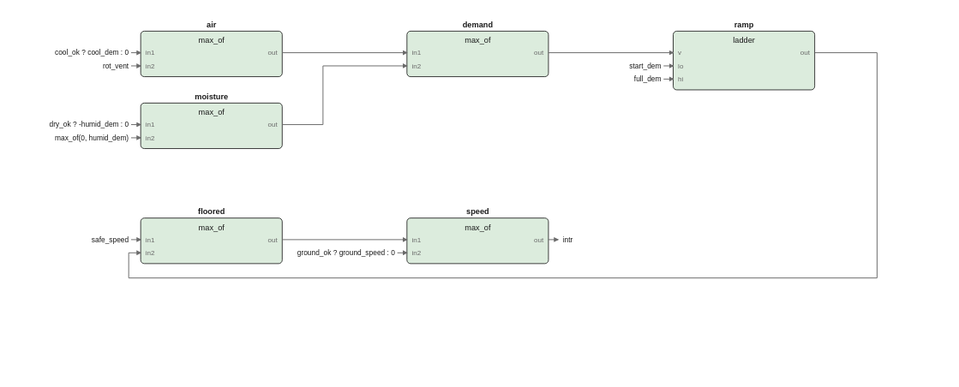
The draw.io diagram images/logic/intractors_fbd.drawio.svg in pstch/botanik2, before a commit. Source tidied: cells renumbered, new cells last; positions are measured from the earlier drawing's top-left corner, leaving out a move shared by most shapes.
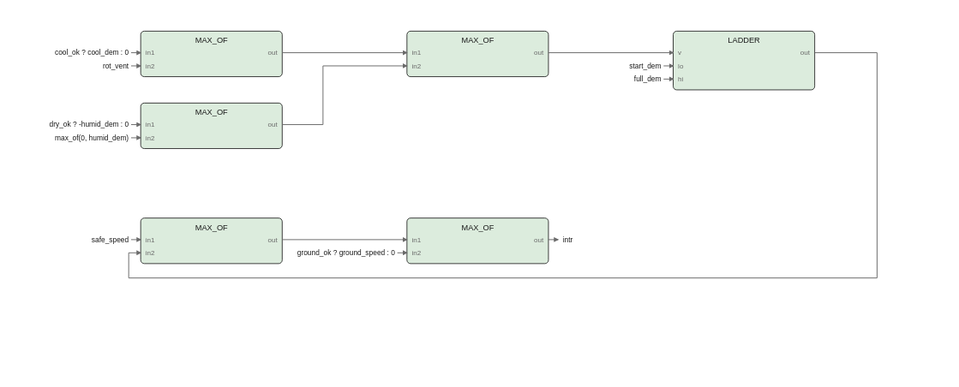
After the commit.

The edit, as a diff of the source:
```diff
@@ -5,232 +5,214 @@
     <mxCell id="2" style="rounded=1;fillColor=#dcecdd;strokeColor=#1a1a1a;whiteSpace=wrap;html=1;fontSize=8;" parent="1" vertex="1">
       <mxGeometry x="10" y="10" width="118" height="38" as="geometry" />
     </mxCell>
-    <mxCell id="3" value="air" style="text;html=1;fontSize=6;fontColor=#1a1a1a;align=center;fontStyle=1;" parent="1" vertex="1">
-      <mxGeometry x="69" y="0.4" width="40" height="10.6" as="geometry" />
+    <mxCell id="3" value="MAX_OF" style="text;html=1;fontSize=6;fontColor=#1a1a1a;align=center;" parent="1" vertex="1">
+      <mxGeometry x="69" y="13.4" width="40" height="10.6" as="geometry" />
     </mxCell>
-    <mxCell id="4" value="max_of" style="text;html=1;fontSize=6;fontColor=#1a1a1a;align=center;" parent="1" vertex="1">
-      <mxGeometry x="69" y="13.4" width="40" height="10.6" as="geometry" />
+    <mxCell id="4" value="in1" style="text;html=1;fontSize=5;fontColor=#6b6b6b;align=left;" parent="1" vertex="1">
+      <mxGeometry x="14" y="24.2" width="40" height="9.8" as="geometry" />
     </mxCell>
-    <mxCell id="5" value="in1" style="text;html=1;fontSize=5;fontColor=#6b6b6b;align=left;" parent="1" vertex="1">
-      <mxGeometry x="14" y="24.2" width="40" height="9.8" as="geometry" />
+    <mxCell id="5" value="in2" style="text;html=1;fontSize=5;fontColor=#6b6b6b;align=left;" parent="1" vertex="1">
+      <mxGeometry x="14" y="35.2" width="40" height="9.8" as="geometry" />
     </mxCell>
-    <mxCell id="6" value="in2" style="text;html=1;fontSize=5;fontColor=#6b6b6b;align=left;" parent="1" vertex="1">
-      <mxGeometry x="14" y="35.2" width="40" height="9.8" as="geometry" />
+    <mxCell id="6" value="out" style="text;html=1;fontSize=5;fontColor=#6b6b6b;align=left;" parent="1" vertex="1">
+      <mxGeometry x="124" y="24.2" width="40" height="9.8" as="geometry" />
     </mxCell>
-    <mxCell id="7" value="out" style="text;html=1;fontSize=5;fontColor=#6b6b6b;align=left;" parent="1" vertex="1">
-      <mxGeometry x="124" y="24.2" width="40" height="9.8" as="geometry" />
+    <mxCell id="7" style="rounded=1;fillColor=#dcecdd;strokeColor=#1a1a1a;whiteSpace=wrap;html=1;fontSize=8;" parent="1" vertex="1">
+      <mxGeometry x="10" y="70" width="118" height="38" as="geometry" />
     </mxCell>
-    <mxCell id="8" style="rounded=1;fillColor=#dcecdd;strokeColor=#1a1a1a;whiteSpace=wrap;html=1;fontSize=8;" parent="1" vertex="1">
-      <mxGeometry x="10" y="70" width="118" height="38" as="geometry" />
+    <mxCell id="8" value="MAX_OF" style="text;html=1;fontSize=6;fontColor=#1a1a1a;align=center;" parent="1" vertex="1">
+      <mxGeometry x="69" y="73.4" width="40" height="10.6" as="geometry" />
     </mxCell>
-    <mxCell id="9" value="moisture" style="text;html=1;fontSize=6;fontColor=#1a1a1a;align=center;fontStyle=1;" parent="1" vertex="1">
-      <mxGeometry x="69" y="60.4" width="40" height="10.6" as="geometry" />
+    <mxCell id="9" value="in1" style="text;html=1;fontSize=5;fontColor=#6b6b6b;align=left;" parent="1" vertex="1">
+      <mxGeometry x="14" y="84.2" width="40" height="9.8" as="geometry" />
     </mxCell>
-    <mxCell id="10" value="max_of" style="text;html=1;fontSize=6;fontColor=#1a1a1a;align=center;" parent="1" vertex="1">
-      <mxGeometry x="69" y="73.4" width="40" height="10.6" as="geometry" />
+    <mxCell id="10" value="in2" style="text;html=1;fontSize=5;fontColor=#6b6b6b;align=left;" parent="1" vertex="1">
+      <mxGeometry x="14" y="95.2" width="40" height="9.8" as="geometry" />
     </mxCell>
-    <mxCell id="11" value="in1" style="text;html=1;fontSize=5;fontColor=#6b6b6b;align=left;" parent="1" vertex="1">
-      <mxGeometry x="14" y="84.2" width="40" height="9.8" as="geometry" />
+    <mxCell id="11" value="out" style="text;html=1;fontSize=5;fontColor=#6b6b6b;align=left;" parent="1" vertex="1">
+      <mxGeometry x="124" y="84.2" width="40" height="9.8" as="geometry" />
     </mxCell>
-    <mxCell id="12" value="in2" style="text;html=1;fontSize=5;fontColor=#6b6b6b;align=left;" parent="1" vertex="1">
-      <mxGeometry x="14" y="95.2" width="40" height="9.8" as="geometry" />
+    <mxCell id="12" style="rounded=1;fillColor=#dcecdd;strokeColor=#1a1a1a;whiteSpace=wrap;html=1;fontSize=8;" parent="1" vertex="1">
+      <mxGeometry x="232" y="10" width="118" height="38" as="geometry" />
     </mxCell>
-    <mxCell id="13" value="out" style="text;html=1;fontSize=5;fontColor=#6b6b6b;align=left;" parent="1" vertex="1">
-      <mxGeometry x="124" y="84.2" width="40" height="9.8" as="geometry" />
+    <mxCell id="13" value="MAX_OF" style="text;html=1;fontSize=6;fontColor=#1a1a1a;align=center;" parent="1" vertex="1">
+      <mxGeometry x="291" y="13.4" width="40" height="10.6" as="geometry" />
     </mxCell>
-    <mxCell id="14" style="rounded=1;fillColor=#dcecdd;strokeColor=#1a1a1a;whiteSpace=wrap;html=1;fontSize=8;" parent="1" vertex="1">
-      <mxGeometry x="232" y="10" width="118" height="38" as="geometry" />
+    <mxCell id="14" value="in1" style="text;html=1;fontSize=5;fontColor=#6b6b6b;align=left;" parent="1" vertex="1">
+      <mxGeometry x="236" y="24.2" width="40" height="9.8" as="geometry" />
     </mxCell>
-    <mxCell id="15" value="demand" style="text;html=1;fontSize=6;fontColor=#1a1a1a;align=center;fontStyle=1;" parent="1" vertex="1">
-      <mxGeometry x="291" y="0.4" width="40" height="10.6" as="geometry" />
+    <mxCell id="15" value="in2" style="text;html=1;fontSize=5;fontColor=#6b6b6b;align=left;" parent="1" vertex="1">
+      <mxGeometry x="236" y="35.2" width="40" height="9.8" as="geometry" />
     </mxCell>
-    <mxCell id="16" value="max_of" style="text;html=1;fontSize=6;fontColor=#1a1a1a;align=center;" parent="1" vertex="1">
-      <mxGeometry x="291" y="13.4" width="40" height="10.6" as="geometry" />
+    <mxCell id="16" value="out" style="text;html=1;fontSize=5;fontColor=#6b6b6b;align=left;" parent="1" vertex="1">
+      <mxGeometry x="346" y="24.2" width="40" height="9.8" as="geometry" />
     </mxCell>
-    <mxCell id="17" value="in1" style="text;html=1;fontSize=5;fontColor=#6b6b6b;align=left;" parent="1" vertex="1">
-      <mxGeometry x="236" y="24.2" width="40" height="9.8" as="geometry" />
+    <mxCell id="17" style="rounded=1;fillColor=#dcecdd;strokeColor=#1a1a1a;whiteSpace=wrap;html=1;fontSize=8;" parent="1" vertex="1">
+      <mxGeometry x="454" y="10" width="118" height="49" as="geometry" />
     </mxCell>
-    <mxCell id="18" value="in2" style="text;html=1;fontSize=5;fontColor=#6b6b6b;align=left;" parent="1" vertex="1">
-      <mxGeometry x="236" y="35.2" width="40" height="9.8" as="geometry" />
+    <mxCell id="18" value="LADDER" style="text;html=1;fontSize=6;fontColor=#1a1a1a;align=center;" parent="1" vertex="1">
+      <mxGeometry x="513" y="13.4" width="40" height="10.6" as="geometry" />
     </mxCell>
-    <mxCell id="19" value="out" style="text;html=1;fontSize=5;fontColor=#6b6b6b;align=left;" parent="1" vertex="1">
-      <mxGeometry x="346" y="24.2" width="40" height="9.8" as="geometry" />
+    <mxCell id="19" value="v" style="text;html=1;fontSize=5;fontColor=#6b6b6b;align=left;" parent="1" vertex="1">
+      <mxGeometry x="458" y="24.2" width="40" height="9.8" as="geometry" />
     </mxCell>
-    <mxCell id="20" style="rounded=1;fillColor=#dcecdd;strokeColor=#1a1a1a;whiteSpace=wrap;html=1;fontSize=8;" parent="1" vertex="1">
-      <mxGeometry x="454" y="10" width="118" height="49" as="geometry" />
+    <mxCell id="20" value="lo" style="text;html=1;fontSize=5;fontColor=#6b6b6b;align=left;" parent="1" vertex="1">
+      <mxGeometry x="458" y="35.2" width="40" height="9.8" as="geometry" />
     </mxCell>
-    <mxCell id="21" value="ramp" style="text;html=1;fontSize=6;fontColor=#1a1a1a;align=center;fontStyle=1;" parent="1" vertex="1">
-      <mxGeometry x="513" y="0.4" width="40" height="10.6" as="geometry" />
+    <mxCell id="21" value="hi" style="text;html=1;fontSize=5;fontColor=#6b6b6b;align=left;" parent="1" vertex="1">
+      <mxGeometry x="458" y="46.2" width="40" height="9.8" as="geometry" />
     </mxCell>
-    <mxCell id="22" value="ladder" style="text;html=1;fontSize=6;fontColor=#1a1a1a;align=center;" parent="1" vertex="1">
-      <mxGeometry x="513" y="13.4" width="40" height="10.6" as="geometry" />
+    <mxCell id="22" value="out" style="text;html=1;fontSize=5;fontColor=#6b6b6b;align=left;" parent="1" vertex="1">
+      <mxGeometry x="568" y="24.2" width="40" height="9.8" as="geometry" />
     </mxCell>
-    <mxCell id="23" value="v" style="text;html=1;fontSize=5;fontColor=#6b6b6b;align=left;" parent="1" vertex="1">
-      <mxGeometry x="458" y="24.2" width="40" height="9.8" as="geometry" />
+    <mxCell id="23" style="rounded=1;fillColor=#dcecdd;strokeColor=#1a1a1a;whiteSpace=wrap;html=1;fontSize=8;" parent="1" vertex="1">
+      <mxGeometry x="10" y="166" width="118" height="38" as="geometry" />
     </mxCell>
-    <mxCell id="24" value="lo" style="text;html=1;fontSize=5;fontColor=#6b6b6b;align=left;" parent="1" vertex="1">
-      <mxGeometry x="458" y="35.2" width="40" height="9.8" as="geometry" />
+    <mxCell id="24" value="MAX_OF" style="text;html=1;fontSize=6;fontColor=#1a1a1a;align=center;" parent="1" vertex="1">
+      <mxGeometry x="69" y="169.4" width="40" height="10.6" as="geometry" />
     </mxCell>
-    <mxCell id="25" value="hi" style="text;html=1;fontSize=5;fontColor=#6b6b6b;align=left;" parent="1" vertex="1">
-      <mxGeometry x="458" y="46.2" width="40" height="9.8" as="geometry" />
+    <mxCell id="25" value="in1" style="text;html=1;fontSize=5;fontColor=#6b6b6b;align=left;" parent="1" vertex="1">
+      <mxGeometry x="14" y="180.2" width="40" height="9.8" as="geometry" />
     </mxCell>
-    <mxCell id="26" value="out" style="text;html=1;fontSize=5;fontColor=#6b6b6b;align=left;" parent="1" vertex="1">
-      <mxGeometry x="568" y="24.2" width="40" height="9.8" as="geometry" />
+    <mxCell id="26" value="in2" style="text;html=1;fontSize=5;fontColor=#6b6b6b;align=left;" parent="1" vertex="1">
+      <mxGeometry x="14" y="191.2" width="40" height="9.8" as="geometry" />
     </mxCell>
-    <mxCell id="27" style="rounded=1;fillColor=#dcecdd;strokeColor=#1a1a1a;whiteSpace=wrap;html=1;fontSize=8;" parent="1" vertex="1">
-      <mxGeometry x="10" y="166" width="118" height="38" as="geometry" />
+    <mxCell id="27" value="out" style="text;html=1;fontSize=5;fontColor=#6b6b6b;align=left;" parent="1" vertex="1">
+      <mxGeometry x="124" y="180.2" width="40" height="9.8" as="geometry" />
     </mxCell>
-    <mxCell id="28" value="floored" style="text;html=1;fontSize=6;fontColor=#1a1a1a;align=center;fontStyle=1;" parent="1" vertex="1">
-      <mxGeometry x="69" y="156.4" width="40" height="10.6" as="geometry" />
+    <mxCell id="28" style="rounded=1;fillColor=#dcecdd;strokeColor=#1a1a1a;whiteSpace=wrap;html=1;fontSize=8;" parent="1" vertex="1">
+      <mxGeometry x="232" y="166" width="118" height="38" as="geometry" />
     </mxCell>
-    <mxCell id="29" value="max_of" style="text;html=1;fontSize=6;fontColor=#1a1a1a;align=center;" parent="1" vertex="1">
-      <mxGeometry x="69" y="169.4" width="40" height="10.6" as="geometry" />
+    <mxCell id="29" value="MAX_OF" style="text;html=1;fontSize=6;fontColor=#1a1a1a;align=center;" parent="1" vertex="1">
+      <mxGeometry x="291" y="169.4" width="40" height="10.6" as="geometry" />
     </mxCell>
     <mxCell id="30" value="in1" style="text;html=1;fontSize=5;fontColor=#6b6b6b;align=left;" parent="1" vertex="1">
-      <mxGeometry x="14" y="180.2" width="40" height="9.8" as="geometry" />
+      <mxGeometry x="236" y="180.2" width="40" height="9.8" as="geometry" />
     </mxCell>
     <mxCell id="31" value="in2" style="text;html=1;fontSize=5;fontColor=#6b6b6b;align=left;" parent="1" vertex="1">
-      <mxGeometry x="14" y="191.2" width="40" height="9.8" as="geometry" />
+      <mxGeometry x="236" y="191.2" width="40" height="9.8" as="geometry" />
     </mxCell>
     <mxCell id="32" value="out" style="text;html=1;fontSize=5;fontColor=#6b6b6b;align=left;" parent="1" vertex="1">
-      <mxGeometry x="124" y="180.2" width="40" height="9.8" as="geometry" />
+      <mxGeometry x="346" y="180.2" width="40" height="9.8" as="geometry" />
     </mxCell>
-    <mxCell id="33" style="rounded=1;fillColor=#dcecdd;strokeColor=#1a1a1a;whiteSpace=wrap;html=1;fontSize=8;" parent="1" vertex="1">
-      <mxGeometry x="232" y="166" width="118" height="38" as="geometry" />
-    </mxCell>
-    <mxCell id="34" value="speed" style="text;html=1;fontSize=6;fontColor=#1a1a1a;align=center;fontStyle=1;" parent="1" vertex="1">
-      <mxGeometry x="291" y="156.4" width="40" height="10.6" as="geometry" />
-    </mxCell>
-    <mxCell id="35" value="max_of" style="text;html=1;fontSize=6;fontColor=#1a1a1a;align=center;" parent="1" vertex="1">
-      <mxGeometry x="291" y="169.4" width="40" height="10.6" as="geometry" />
-    </mxCell>
-    <mxCell id="36" value="in1" style="text;html=1;fontSize=5;fontColor=#6b6b6b;align=left;" parent="1" vertex="1">
-      <mxGeometry x="236" y="180.2" width="40" height="9.8" as="geometry" />
-    </mxCell>
-    <mxCell id="37" value="in2" style="text;html=1;fontSize=5;fontColor=#6b6b6b;align=left;" parent="1" vertex="1">
-      <mxGeometry x="236" y="191.2" width="40" height="9.8" as="geometry" />
-    </mxCell>
+    <mxCell id="62" style="edgeStyle=none;html=1;strokeColor=#6b6b6b;endArrow=block;" parent="1" edge="1">
+      <mxGeometry relative="1" as="geometry">
+        <mxPoint x="128" y="28" as="sourcePoint" />
+        <mxPoint x="232" y="28" as="targetPoint" />
+      </mxGeometry>
+    </mxCell>
+    <mxCell id="63" style="edgeStyle=none;html=1;strokeColor=#6b6b6b;endArrow=block;" parent="1" edge="1">
+      <mxGeometry relative="1" as="geometry">
+        <mxPoint x="128" y="88" as="sourcePoint" />
+        <mxPoint x="232" y="39" as="targetPoint" />
+        <Array as="points">
+          <mxPoint x="162" y="88" />
+          <mxPoint x="162" y="39" />
+        </Array>
+      </mxGeometry>
+    </mxCell>
+    <mxCell id="64" style="edgeStyle=none;html=1;strokeColor=#6b6b6b;endArrow=block;" parent="1" edge="1">
+      <mxGeometry relative="1" as="geometry">
+        <mxPoint x="350" y="28" as="sourcePoint" />
+        <mxPoint x="454" y="28" as="targetPoint" />
+      </mxGeometry>
+    </mxCell>
+    <mxCell id="65" style="edgeStyle=none;html=1;strokeColor=#6b6b6b;endArrow=block;" parent="1" edge="1">
+      <mxGeometry relative="1" as="geometry">
+        <mxPoint x="572" y="28" as="sourcePoint" />
+        <mxPoint x="10" y="195" as="targetPoint" />
+        <Array as="points">
+          <mxPoint x="624" y="28" />
+          <mxPoint x="624" y="216" />
+          <mxPoint y="216" />
+          <mxPoint y="195" />
+        </Array>
+      </mxGeometry>
+    </mxCell>
+    <mxCell id="66" style="edgeStyle=none;html=1;strokeColor=#6b6b6b;endArrow=block;" parent="1" edge="1">
+      <mxGeometry relative="1" as="geometry">
+        <mxPoint x="128" y="184" as="sourcePoint" />
+        <mxPoint x="232" y="184" as="targetPoint" />
+      </mxGeometry>
+    </mxCell>
-    <mxCell id="38" value="out" style="text;html=1;fontSize=5;fontColor=#6b6b6b;align=left;" parent="1" vertex="1">
-      <mxGeometry x="346" y="180.2" width="40" height="9.8" as="geometry" />
+    <mxCell id="38" value="cool_ok ? cool_dem : 0" style="text;html=1;fontSize=6;fontColor=#1a1a1a;align=left;" parent="1" vertex="1">
+      <mxGeometry y="24" width="110" height="10" as="geometry" />
     </mxCell>
     <mxCell id="39" style="edgeStyle=none;html=1;strokeColor=#6b6b6b;endArrow=block;" parent="1" edge="1">
       <mxGeometry relative="1" as="geometry">
-        <mxPoint x="128" y="28" as="sourcePoint" />
-        <mxPoint x="232" y="28" as="targetPoint" />
+        <mxPoint x="2" y="28" as="sourcePoint" />
+        <mxPoint x="10" y="28" as="targetPoint" />
       </mxGeometry>
     </mxCell>
-    <mxCell id="40" style="edgeStyle=none;html=1;strokeColor=#6b6b6b;endArrow=block;" parent="1" edge="1">
-      <mxGeometry relative="1" as="geometry">
-        <mxPoint x="128" y="88" as="sourcePoint" />
-        <mxPoint x="232" y="39" as="targetPoint" />
-        <Array as="points">
-          <mxPoint x="162" y="88" />
-          <mxPoint x="162" y="39" />
-        </Array>
-      </mxGeometry>
-    </mxCell>
+    <mxCell id="67" value="rot_vent" style="text;html=1;fontSize=6;fontColor=#1a1a1a;align=left;" parent="1" vertex="1">
+      <mxGeometry y="35" width="40" height="10" as="geometry" />
+    </mxCell>
     <mxCell id="41" style="edgeStyle=none;html=1;strokeColor=#6b6b6b;endArrow=block;" parent="1" edge="1">
       <mxGeometry relative="1" as="geometry">
-        <mxPoint x="350" y="28" as="sourcePoint" />
-        <mxPoint x="454" y="28" as="targetPoint" />
+        <mxPoint x="2" y="39" as="sourcePoint" />
+        <mxPoint x="10" y="39" as="targetPoint" />
       </mxGeometry>
     </mxCell>
-    <mxCell id="42" style="edgeStyle=none;html=1;strokeColor=#6b6b6b;endArrow=block;" parent="1" edge="1">
-      <mxGeometry relative="1" as="geometry">
-        <mxPoint x="572" y="28" as="sourcePoint" />
-        <mxPoint x="10" y="195" as="targetPoint" />
-        <Array as="points">
-          <mxPoint x="624" y="28" />
-          <mxPoint x="624" y="216" />
-          <mxPoint y="216" />
-          <mxPoint y="195" />
-        </Array>
-      </mxGeometry>
-    </mxCell>
+    <mxCell id="68" value="dry_ok ? -humid_dem : 0" style="text;html=1;fontSize=6;fontColor=#1a1a1a;align=left;" parent="1" vertex="1">
+      <mxGeometry y="84" width="115" height="10" as="geometry" />
+    </mxCell>
     <mxCell id="43" style="edgeStyle=none;html=1;strokeColor=#6b6b6b;endArrow=block;" parent="1" edge="1">
       <mxGeometry relative="1" as="geometry">
-        <mxPoint x="128" y="184" as="sourcePoint" />
-        <mxPoint x="232" y="184" as="targetPoint" />
+        <mxPoint x="2" y="88" as="sourcePoint" />
+        <mxPoint x="10" y="88" as="targetPoint" />
       </mxGeometry>
     </mxCell>
-    <mxCell id="44" value="cool_ok ? cool_dem : 0" style="text;html=1;fontSize=6;fontColor=#1a1a1a;align=left;" parent="1" vertex="1">
-      <mxGeometry y="24" width="110" height="10" as="geometry" />
+    <mxCell id="44" value="max_of(0, humid_dem)" style="text;html=1;fontSize=6;fontColor=#1a1a1a;align=left;" parent="1" vertex="1">
+      <mxGeometry y="95" width="100" height="10" as="geometry" />
     </mxCell>
     <mxCell id="45" style="edgeStyle=none;html=1;strokeColor=#6b6b6b;endArrow=block;" parent="1" edge="1">
       <mxGeometry relative="1" as="geometry">
-        <mxPoint x="2" y="28" as="sourcePoint" />
-        <mxPoint x="10" y="28" as="targetPoint" />
+        <mxPoint x="2" y="99" as="sourcePoint" />
+        <mxPoint x="10" y="99" as="targetPoint" />
       </mxGeometry>
     </mxCell>
-    <mxCell id="46" value="rot_vent" style="text;html=1;fontSize=6;fontColor=#1a1a1a;align=left;" parent="1" vertex="1">
-      <mxGeometry y="35" width="40" height="10" as="geometry" />
+    <mxCell id="46" value="start_dem" style="text;html=1;fontSize=6;fontColor=#1a1a1a;align=left;" parent="1" vertex="1">
+      <mxGeometry x="444" y="35" width="45" height="10" as="geometry" />
     </mxCell>
     <mxCell id="47" style="edgeStyle=none;html=1;strokeColor=#6b6b6b;endArrow=block;" parent="1" edge="1">
       <mxGeometry relative="1" as="geometry">
-        <mxPoint x="2" y="39" as="sourcePoint" />
-        <mxPoint x="10" y="39" as="targetPoint" />
+        <mxPoint x="446" y="39" as="sourcePoint" />
+        <mxPoint x="454" y="39" as="targetPoint" />
       </mxGeometry>
     </mxCell>
-    <mxCell id="48" value="dry_ok ? -humid_dem : 0" style="text;html=1;fontSize=6;fontColor=#1a1a1a;align=left;" parent="1" vertex="1">
-      <mxGeometry y="84" width="115" height="10" as="geometry" />
+    <mxCell id="48" value="full_dem" style="text;html=1;fontSize=6;fontColor=#1a1a1a;align=left;" parent="1" vertex="1">
+      <mxGeometry x="444" y="46" width="40" height="10" as="geometry" />
     </mxCell>
     <mxCell id="49" style="edgeStyle=none;html=1;strokeColor=#6b6b6b;endArrow=block;" parent="1" edge="1">
       <mxGeometry relative="1" as="geometry">
-        <mxPoint x="2" y="88" as="sourcePoint" />
-        <mxPoint x="10" y="88" as="targetPoint" />
+        <mxPoint x="446" y="50" as="sourcePoint" />
+        <mxPoint x="454" y="50" as="targetPoint" />
       </mxGeometry>
     </mxCell>
-    <mxCell id="50" value="max_of(0, humid_dem)" style="text;html=1;fontSize=6;fontColor=#1a1a1a;align=left;" parent="1" vertex="1">
-      <mxGeometry y="95" width="100" height="10" as="geometry" />
+    <mxCell id="50" value="safe_speed" style="text;html=1;fontSize=6;fontColor=#1a1a1a;align=left;" parent="1" vertex="1">
+      <mxGeometry y="180" width="50" height="10" as="geometry" />
     </mxCell>
     <mxCell id="51" style="edgeStyle=none;html=1;strokeColor=#6b6b6b;endArrow=block;" parent="1" edge="1">
       <mxGeometry relative="1" as="geometry">
-        <mxPoint x="2" y="99" as="sourcePoint" />
-        <mxPoint x="10" y="99" as="targetPoint" />
+        <mxPoint x="2" y="184" as="sourcePoint" />
+        <mxPoint x="10" y="184" as="targetPoint" />
       </mxGeometry>
     </mxCell>
-    <mxCell id="52" value="start_dem" style="text;html=1;fontSize=6;fontColor=#1a1a1a;align=left;" parent="1" vertex="1">
-      <mxGeometry x="444" y="35" width="45" height="10" as="geometry" />
+    <mxCell id="52" value="ground_ok ? ground_speed : 0" style="text;html=1;fontSize=6;fontColor=#1a1a1a;align=left;" parent="1" vertex="1">
+      <mxGeometry x="222" y="191" width="140" height="10" as="geometry" />
     </mxCell>
     <mxCell id="53" style="edgeStyle=none;html=1;strokeColor=#6b6b6b;endArrow=block;" parent="1" edge="1">
       <mxGeometry relative="1" as="geometry">
-        <mxPoint x="446" y="39" as="sourcePoint" />
-        <mxPoint x="454" y="39" as="targetPoint" />
+        <mxPoint x="224" y="195" as="sourcePoint" />
+        <mxPoint x="232" y="195" as="targetPoint" />
       </mxGeometry>
     </mxCell>
-    <mxCell id="54" value="full_dem" style="text;html=1;fontSize=6;fontColor=#1a1a1a;align=left;" parent="1" vertex="1">
-      <mxGeometry x="444" y="46" width="40" height="10" as="geometry" />
-    </mxCell>
-    <mxCell id="55" style="edgeStyle=none;html=1;strokeColor=#6b6b6b;endArrow=block;" parent="1" edge="1">
-      <mxGeometry relative="1" as="geometry">
-        <mxPoint x="446" y="50" as="sourcePoint" />
-        <mxPoint x="454" y="50" as="targetPoint" />
-      </mxGeometry>
-    </mxCell>
-    <mxCell id="56" value="safe_speed" style="text;html=1;fontSize=6;fontColor=#1a1a1a;align=left;" parent="1" vertex="1">
-      <mxGeometry y="180" width="50" height="10" as="geometry" />
-    </mxCell>
-    <mxCell id="57" style="edgeStyle=none;html=1;strokeColor=#6b6b6b;endArrow=block;" parent="1" edge="1">
-      <mxGeometry relative="1" as="geometry">
-        <mxPoint x="2" y="184" as="sourcePoint" />
-        <mxPoint x="10" y="184" as="targetPoint" />
-      </mxGeometry>
-    </mxCell>
-    <mxCell id="58" value="ground_ok ? ground_speed : 0" style="text;html=1;fontSize=6;fontColor=#1a1a1a;align=left;" parent="1" vertex="1">
-      <mxGeometry x="222" y="191" width="140" height="10" as="geometry" />
-    </mxCell>
-    <mxCell id="59" style="edgeStyle=none;html=1;strokeColor=#6b6b6b;endArrow=block;" parent="1" edge="1">
-      <mxGeometry relative="1" as="geometry">
-        <mxPoint x="224" y="195" as="sourcePoint" />
-        <mxPoint x="232" y="195" as="targetPoint" />
-      </mxGeometry>
-    </mxCell>
-    <mxCell id="60" style="edgeStyle=none;html=1;strokeColor=#6b6b6b;endArrow=block;" parent="1" edge="1">
-      <mxGeometry relative="1" as="geometry">
-        <mxPoint x="350" y="184" as="sourcePoint" />
-        <mxPoint x="358" y="184" as="targetPoint" />
-      </mxGeometry>
-    </mxCell>
+    <mxCell id="69" style="edgeStyle=none;html=1;strokeColor=#6b6b6b;endArrow=block;" parent="1" edge="1">
+      <mxGeometry relative="1" as="geometry">
+        <mxPoint x="350" y="184" as="sourcePoint" />
+        <mxPoint x="358" y="184" as="targetPoint" />
+      </mxGeometry>
+    </mxCell>
     <mxCell id="61" value="intr" style="text;html=1;fontSize=6;fontColor=#1a1a1a;align=left;" parent="1" vertex="1">
       <mxGeometry x="362" y="180" width="40" height="10" as="geometry" />
     </mxCell>
```
